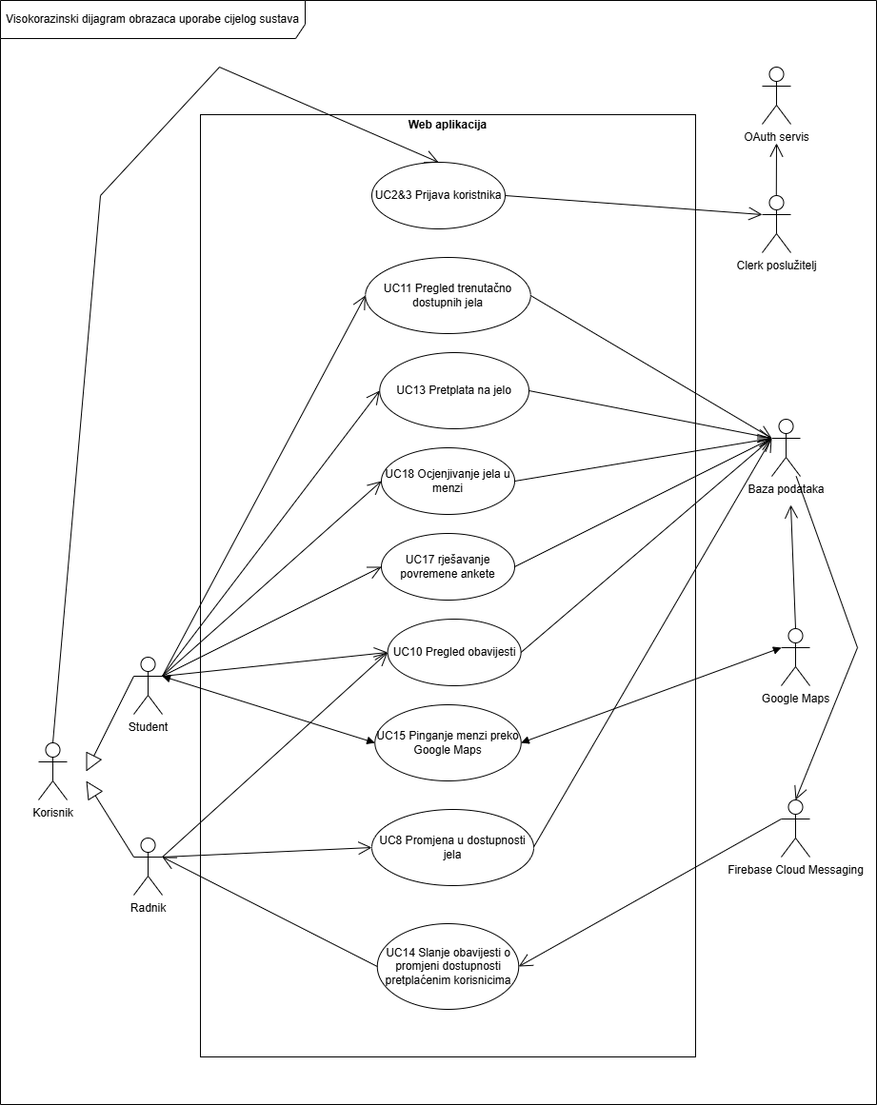
The draw.io diagram docs/imgs/uc-diagrams/ucSistem2.png in lukaznj/dish-detective, before a commit. Source tidied: cells renumbered, new cells last; positions are measured from the earlier drawing's top-left corner, leaving out a move shared by most shapes.
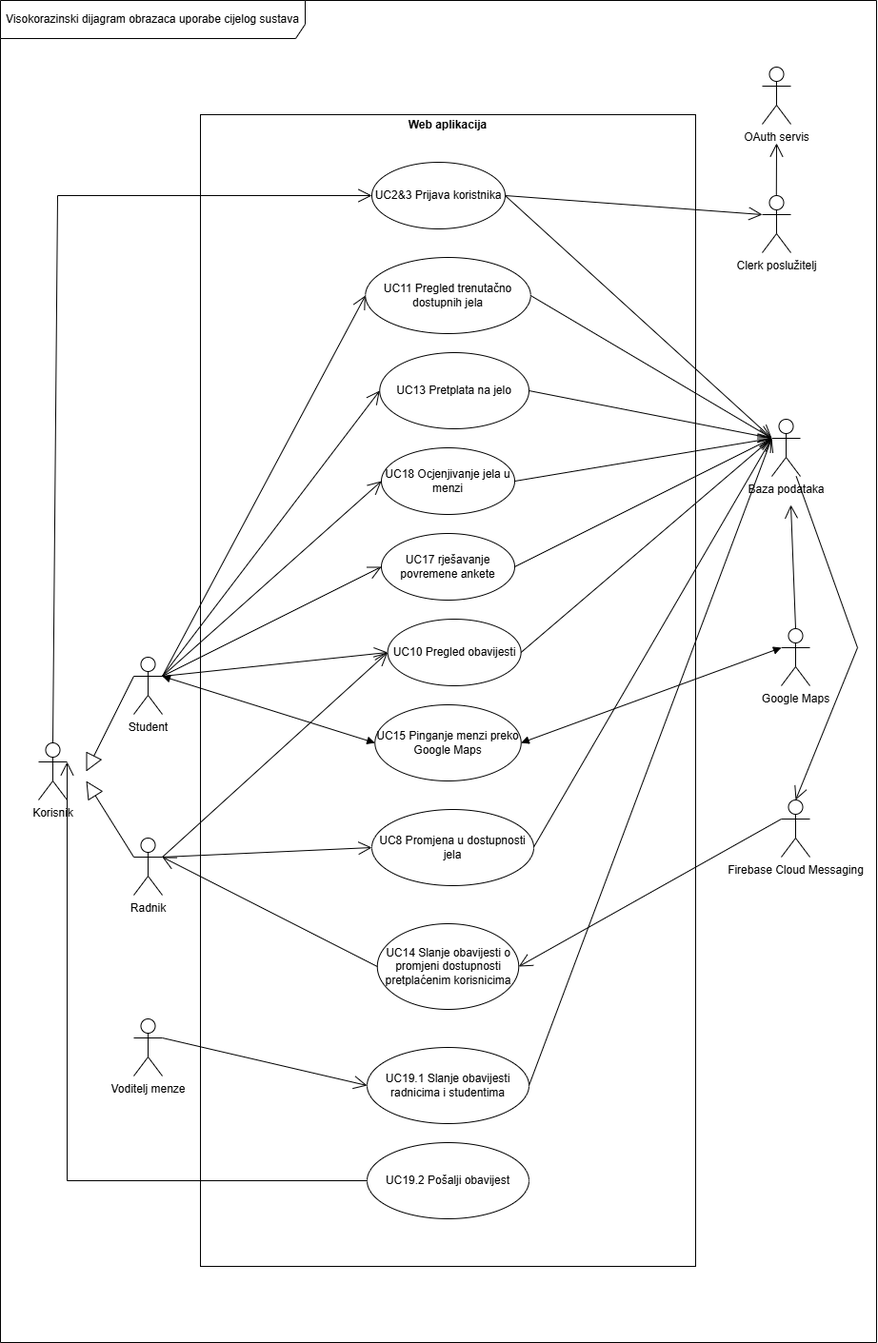
After the commit.

Change to the diagram source:
```diff
@@ -3,19 +3,18 @@
     <mxCell id="0" />
     <mxCell id="1" parent="0" />
     <mxCell id="2" value="Visokorazinski dijagram obrazaca uporabe cijelog sustava" style="shape=umlFrame;whiteSpace=wrap;html=1;width=320;height=40;" parent="1" vertex="1">
-      <mxGeometry width="920" height="1160" as="geometry" />
+      <mxGeometry width="920" height="1410" as="geometry" />
     </mxCell>
     <mxCell id="3" value="&lt;p style=&quot;margin:0px;margin-top:4px;text-align:center;&quot;&gt;&lt;/p&gt;&lt;div style=&quot;text-align: center; height: 2px;&quot;&gt;&lt;b&gt;Web aplikacija&lt;/b&gt;&lt;/div&gt;" style="verticalAlign=top;align=left;overflow=fill;html=1;whiteSpace=wrap;labelBackgroundColor=none;" parent="1" vertex="1">
-      <mxGeometry x="210" y="120" width="520" height="990" as="geometry" />
+      <mxGeometry x="210" y="120" width="520" height="1210" as="geometry" />
     </mxCell>
     <mxCell id="4" value="Korisnik" style="shape=umlActor;verticalLabelPosition=bottom;verticalAlign=top;html=1;" parent="1" vertex="1">
       <mxGeometry x="40" y="780" width="30" height="60" as="geometry" />
     </mxCell>
-    <mxCell id="5" style="endArrow=open;endFill=1;endSize=12;html=1;rounded=0;entryX=0.5;entryY=0;entryDx=0;entryDy=0;exitX=0.5;exitY=0;exitDx=0;exitDy=0;exitPerimeter=0;" parent="1" edge="1" source="4" target="6">
+    <mxCell id="5" style="endArrow=open;endFill=1;endSize=12;html=1;rounded=0;entryX=0;entryY=0.5;entryDx=0;entryDy=0;exitX=0.5;exitY=0;exitDx=0;exitDy=0;exitPerimeter=0;" parent="1" edge="1" source="4" target="6">
       <mxGeometry relative="1" as="geometry">
         <Array as="points">
-          <mxPoint x="105" y="205" />
-          <mxPoint x="230" y="70" />
+          <mxPoint x="60" y="205" />
         </Array>
       </mxGeometry>
     </mxCell>
@@ -176,5 +175,32 @@
         <mxPoint x="170" y="900" as="targetPoint" />
       </mxGeometry>
     </mxCell>
+    <mxCell id="45" value="Voditelj menze" style="shape=umlActor;verticalLabelPosition=bottom;verticalAlign=top;html=1;" parent="1" vertex="1">
+      <mxGeometry x="140" y="1070" width="30" height="60" as="geometry" />
+    </mxCell>
+    <mxCell id="46" value="UC19.1 Slanje obavijesti radnicima i studentima" style="ellipse;whiteSpace=wrap;html=1;" parent="1" vertex="1">
+      <mxGeometry x="385" y="1100" width="170" height="80" as="geometry" />
+    </mxCell>
+    <mxCell id="47" style="endArrow=open;endFill=1;endSize=12;html=1;rounded=0;exitX=1;exitY=0.3333333333333333;exitDx=0;exitDy=0;exitPerimeter=0;entryX=0;entryY=0.5;entryDx=0;entryDy=0;" parent="1" edge="1" source="45" target="46">
+      <mxGeometry relative="1" as="geometry" />
+    </mxCell>
+    <mxCell id="48" style="endArrow=open;endFill=1;endSize=12;html=1;rounded=0;exitX=1;exitY=0.5;exitDx=0;exitDy=0;" parent="1" edge="1" source="46">
+      <mxGeometry relative="1" as="geometry">
+        <mxPoint x="810" y="460" as="targetPoint" />
+      </mxGeometry>
+    </mxCell>
+    <mxCell id="49" value="UC19.2 Pošalji obavijest" style="ellipse;whiteSpace=wrap;html=1;" parent="1" vertex="1">
+      <mxGeometry x="385" y="1200" width="170" height="80" as="geometry" />
+    </mxCell>
+    <mxCell id="50" style="endArrow=open;endFill=1;endSize=12;html=1;rounded=0;exitX=0;exitY=0.5;exitDx=0;exitDy=0;entryX=1;entryY=0.3333333333333333;entryDx=0;entryDy=0;entryPerimeter=0;" parent="1" edge="1" source="49" target="4">
+      <mxGeometry relative="1" as="geometry">
+        <Array as="points">
+          <mxPoint x="70" y="1240" />
+        </Array>
+      </mxGeometry>
+    </mxCell>
+    <mxCell id="51" style="endArrow=open;endFill=1;endSize=12;html=1;rounded=0;exitX=1;exitY=0.5;exitDx=0;exitDy=0;entryX=0;entryY=0.3333333333333333;entryDx=0;entryDy=0;entryPerimeter=0;" parent="1" edge="1" source="6" target="22">
+      <mxGeometry relative="1" as="geometry" />
+    </mxCell>
   </root>
 </mxGraphModel>
```
